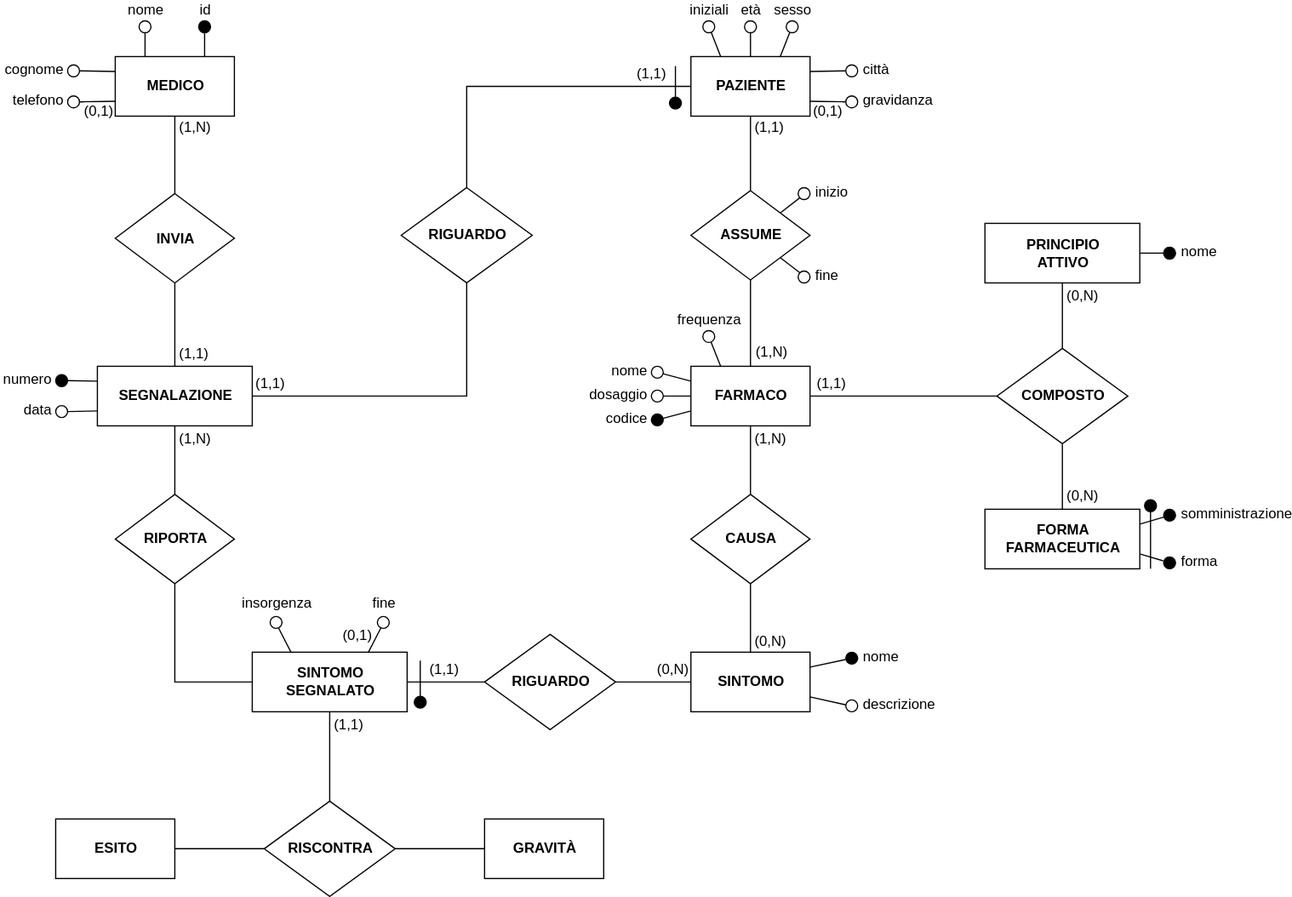
MatteoCarnelos/DB-SEA keeps this draw.io diagram as schematics/er-diagram.svg. Above is the earlier version. Source tidied: cells renumbered, new cells last; positions are measured from the earlier drawing's top-left corner, leaving out a move shared by most shapes.
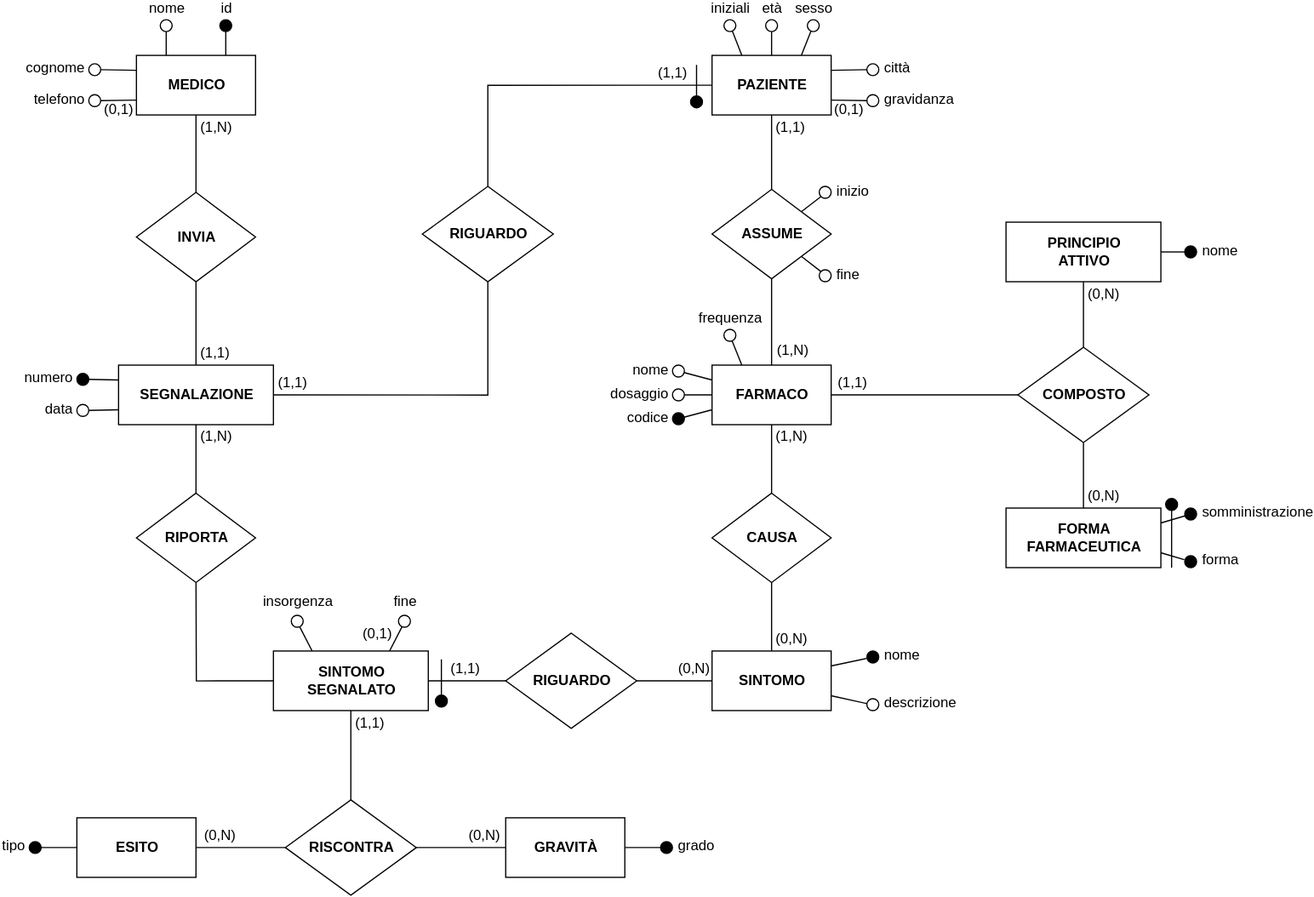
The same diagram one commit later.

What changed in the source:
```diff
@@ -330,6 +330,11 @@
     <mxCell id="99" style="edgeStyle=orthogonalEdgeStyle;rounded=0;comic=0;jumpStyle=none;jumpSize=6;jettySize=auto;html=1;exitX=1;exitY=0.5;exitDx=0;exitDy=0;entryX=0;entryY=0.5;entryDx=0;entryDy=0;endArrow=none;endFill=0;" parent="1" edge="1" source="100" target="104">
       <mxGeometry relative="1" as="geometry" />
     </mxCell>
+    <mxCell id="110" value="(0,N)" style="text;html=1;align=center;verticalAlign=bottom;labelBackgroundColor=#ffffff;labelPosition=center;verticalLabelPosition=top;spacing=4;" parent="99" vertex="1">
+      <mxGeometry x="-0.17" relative="1" as="geometry">
+        <mxPoint x="-11.1" as="offset" />
+      </mxGeometry>
+    </mxCell>
     <mxCell id="100" value="&lt;b&gt;ESITO&lt;br&gt;&lt;/b&gt;" style="rounded=0;whiteSpace=wrap;html=1;fillColor=#ffffff;" parent="1" vertex="1">
       <mxGeometry y="670" width="100" height="50" as="geometry" />
     </mxCell>
@@ -344,6 +349,11 @@
     <mxCell id="103" style="edgeStyle=orthogonalEdgeStyle;rounded=0;comic=0;jumpStyle=none;jumpSize=6;jettySize=auto;html=1;exitX=1;exitY=0.5;exitDx=0;exitDy=0;entryX=0;entryY=0.5;entryDx=0;entryDy=0;endArrow=none;endFill=0;" parent="1" edge="1" source="104" target="105">
       <mxGeometry relative="1" as="geometry" />
     </mxCell>
+    <mxCell id="111" value="(0,N)" style="text;html=1;align=center;verticalAlign=bottom;labelBackgroundColor=#ffffff;labelPosition=center;verticalLabelPosition=top;spacing=4;" parent="103" vertex="1">
+      <mxGeometry x="0.65" y="1" relative="1" as="geometry">
+        <mxPoint x="-6" y="1" as="offset" />
+      </mxGeometry>
+    </mxCell>
     <mxCell id="104" value="RISCONTRA" style="rhombus;whiteSpace=wrap;html=1;fillColor=#ffffff;fontStyle=1;" parent="1" vertex="1">
       <mxGeometry x="175" y="655" width="110" height="80" as="geometry" />
     </mxCell>
@@ -356,13 +366,25 @@
     <mxCell id="107" style="edgeStyle=none;rounded=0;comic=0;jumpStyle=none;jumpSize=6;jettySize=auto;html=1;exitX=0.3;exitY=0.955;exitDx=0;exitDy=0;entryX=0.75;entryY=0;entryDx=0;entryDy=0;endArrow=none;endFill=0;exitPerimeter=0;" parent="1" edge="1" source="109" target="80">
       <mxGeometry relative="1" as="geometry" />
     </mxCell>
-    <mxCell id="108" value="(0,1)" style="text;html=1;align=right;verticalAlign=middle;labelBackgroundColor=#ffffff;labelPosition=left;verticalLabelPosition=middle;spacing=6;" parent="107" vertex="1">
+    <mxCell id="108" value="(0,1)" style="text;html=1;align=right;verticalAlign=middle;labelBackgroundColor=#ffffff;labelPosition=left;verticalLabelPosition=middle;spacing=4;" parent="107" vertex="1">
       <mxGeometry x="-0.08" relative="1" as="geometry">
-        <mxPoint x="1.9" y="-4" as="offset" />
+        <mxPoint x="-1.1" y="-4" as="offset" />
       </mxGeometry>
     </mxCell>
     <mxCell id="109" value="fine" style="ellipse;whiteSpace=wrap;html=1;fillColor=#ffffff;labelPosition=center;verticalLabelPosition=top;align=center;verticalAlign=bottom;spacing=4;" parent="1" vertex="1">
       <mxGeometry x="270" y="500" width="10" height="10" as="geometry" />
     </mxCell>
+    <mxCell id="112" style="edgeStyle=none;rounded=0;comic=0;jumpStyle=none;jumpSize=6;jettySize=auto;html=1;exitX=1;exitY=0.5;exitDx=0;exitDy=0;entryX=0;entryY=0.5;entryDx=0;entryDy=0;endArrow=none;endFill=0;" parent="1" edge="1" source="113" target="100">
+      <mxGeometry relative="1" as="geometry" />
+    </mxCell>
+    <mxCell id="113" value="tipo" style="ellipse;whiteSpace=wrap;html=1;fillColor=#000000;textDirection=ltr;align=right;labelPosition=left;verticalLabelPosition=middle;verticalAlign=middle;spacing=5;spacingBottom=2;" parent="1" vertex="1">
+      <mxGeometry x="-40" y="690" width="10" height="10" as="geometry" />
+    </mxCell>
+    <mxCell id="114" style="edgeStyle=none;rounded=0;comic=0;jumpStyle=none;jumpSize=6;jettySize=auto;html=1;exitX=0;exitY=0.5;exitDx=0;exitDy=0;entryX=1;entryY=0.5;entryDx=0;entryDy=0;endArrow=none;endFill=0;" parent="1" edge="1" source="115" target="105">
+      <mxGeometry relative="1" as="geometry" />
+    </mxCell>
+    <mxCell id="115" value="grado" style="ellipse;whiteSpace=wrap;html=1;fillColor=#000000;labelPosition=right;verticalLabelPosition=middle;align=left;verticalAlign=middle;spacing=5;spacingBottom=2;" parent="1" vertex="1">
+      <mxGeometry x="490" y="690" width="10" height="10" as="geometry" />
+    </mxCell>
   </root>
 </mxGraphModel>
```
